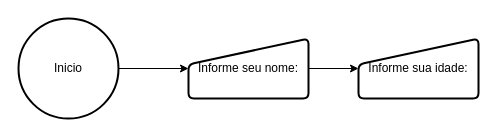
Above: movieStore.drawio in LeonKene-hub/MovieStore (draw.io), before the change. Source tidied: cells renumbered, new cells numbered last; positions are measured from the earlier drawing's top-left corner, leaving out a move shared by most shapes. Both pictures are drawn from the tidied source at 100%, with x=0, y=0 at pixel (18, 18).
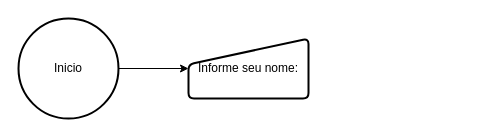
After the change.

The edit, as a diff of the source:
```diff
@@
 <mxGraphModel>
   <root>
     <mxCell id="0" />
     <mxCell id="1" parent="0" />
     <mxCell id="2" style="edgeStyle=orthogonalEdgeStyle;rounded=0;jettySize=auto;html=1;entryX=0;entryY=0.5;entryDx=0;entryDy=0;" parent="1" edge="1" source="3" target="5">
       <mxGeometry relative="1" as="geometry" />
     </mxCell>
     <mxCell id="3" value="Inicio" style="strokeWidth=2;html=1;shape=mxgraph.flowchart.start_2;whiteSpace=wrap;" parent="1" vertex="1">
       <mxGeometry width="100" height="100" as="geometry" />
     </mxCell>
-    <mxCell id="4" style="edgeStyle=orthogonalEdgeStyle;rounded=0;jettySize=auto;html=1;" parent="1" edge="1" source="5" target="6">
-      <mxGeometry relative="1" as="geometry" />
-    </mxCell>
     <mxCell id="5" value="Informe seu nome:" style="html=1;strokeWidth=2;shape=manualInput;whiteSpace=wrap;rounded=1;size=26;arcSize=11;" parent="1" vertex="1">
       <mxGeometry x="170" y="20" width="120" height="60" as="geometry" />
     </mxCell>
-    <mxCell id="6" value="Informe sua idade:" style="html=1;strokeWidth=2;shape=manualInput;whiteSpace=wrap;rounded=1;size=26;arcSize=11;" parent="1" vertex="1">
-      <mxGeometry x="340" y="20" width="120" height="60" as="geometry" />
-    </mxCell>
   </root>
 </mxGraphModel>
```
